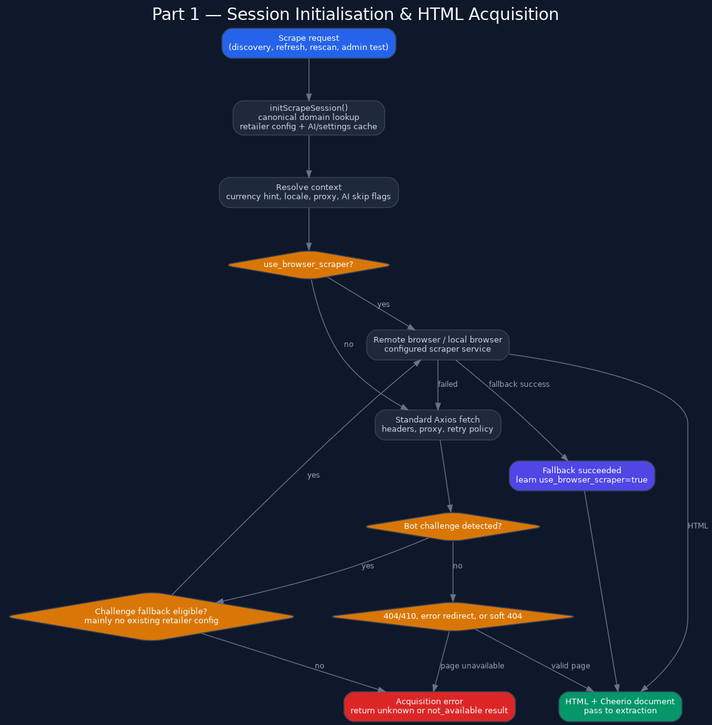
mikeknight85/PriceStalker keeps this Graphviz diagram as assets/lifecycle/lifecycle_part1_init_acquisition.png. Above is the earlier version. Its source is kept beside it as assets/lifecycle/lifecycle_part1_init_acquisition.dot. Source of this version:
```dot
digraph LifecyclePart1 {
  graph [label="Part 1 — Session Initialisation & HTML Acquisition", labelloc=t, rankdir=TB, bgcolor="#0f172a", fontname="Segoe UI", fontsize=20, fontcolor="#f8fafc", nodesep=.45, ranksep=.7, compound=true]
  node [shape=box, style="filled,rounded", fillcolor="#1e293b", color="#334155", fontcolor="#cbd5e1", fontname="Segoe UI", fontsize=10, penwidth=1.2]
  edge [color="#64748b", fontcolor="#94a3b8", fontname="Segoe UI", fontsize=9, arrowsize=.8]

  Start [label="Scrape request\n(discovery, refresh, rescan, admin test)", fillcolor="#2563eb", fontcolor="#ffffff"]
  Init [label="initScrapeSession()\ncanonical domain lookup\nretailer config + AI/settings cache"]
  Context [label="Resolve context\ncurrency hint, locale, proxy, AI skip flags"]
  Browser [label="use_browser_scraper?", shape=diamond, fillcolor="#d97706", fontcolor="#ffffff"]
  Remote [label="Remote browser / local browser\nconfigured scraper service"]
  HTTP [label="Standard Axios fetch\nheaders, proxy, retry policy"]
  Challenge [label="Bot challenge detected?", shape=diamond, fillcolor="#d97706", fontcolor="#ffffff"]
  Fallback [label="Challenge fallback eligible?\nmainly no existing retailer config", shape=diamond, fillcolor="#d97706", fontcolor="#ffffff"]
  Gone [label="404/410, error redirect, or soft 404", shape=diamond, fillcolor="#d97706", fontcolor="#ffffff"]
  Fail [label="Acquisition error\nreturn unknown or not_available result", fillcolor="#dc2626", fontcolor="#ffffff"]
  HTML [label="HTML + Cheerio document\npass to extraction", fillcolor="#059669", fontcolor="#ffffff"]
  Learned [label="Fallback succeeded\nlearn use_browser_scraper=true", fillcolor="#4f46e5", fontcolor="#ffffff"]

  Start -> Init -> Context -> Browser
  Browser -> Remote [label="yes"]
  Browser -> HTTP [label="no"]
  Remote -> HTML [label="HTML"]
  Remote -> HTTP [label="failed"]
  HTTP -> Challenge
  Challenge -> Fallback [label="yes"]
  Challenge -> Gone [label="no"]
  Fallback -> Remote [label="yes"]
  Fallback -> Fail [label="no"]
  Gone -> Fail [label="page unavailable"]
  Gone -> HTML [label="valid page"]
  Remote -> Learned [label="fallback success"]
  Learned -> HTML
}
```
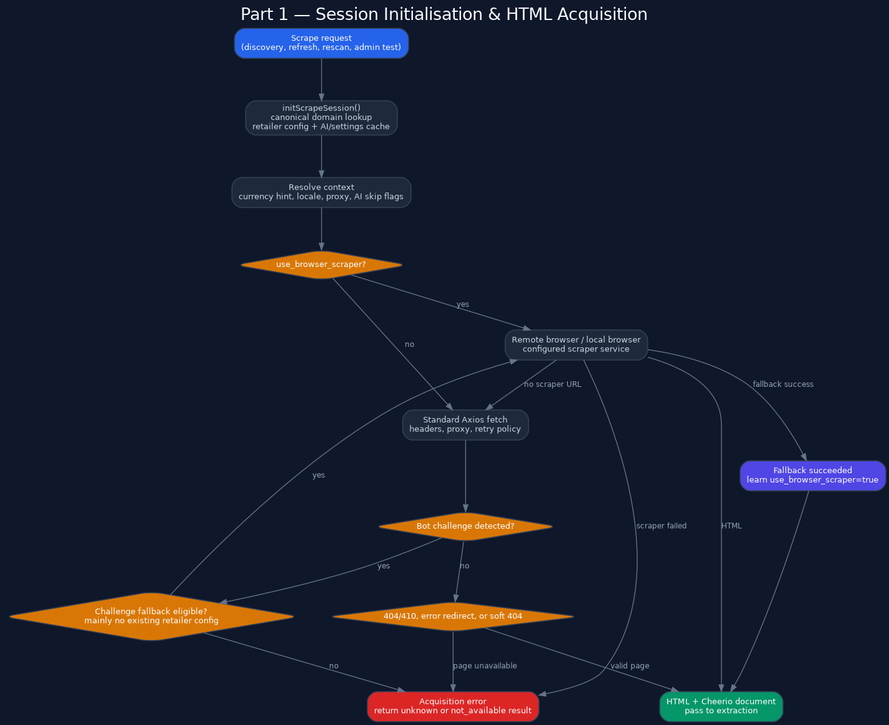
The same diagram one commit later.

The edit, as a diff of the source:
```diff
@@ -20,7 +20,8 @@
   Browser -> Remote [label="yes"]
   Browser -> HTTP [label="no"]
   Remote -> HTML [label="HTML"]
-  Remote -> HTTP [label="failed"]
+  Remote -> HTTP [label="no scraper URL"]
+  Remote -> Fail [label="scraper failed"]
   HTTP -> Challenge
   Challenge -> Fallback [label="yes"]
   Challenge -> Gone [label="no"]
```
